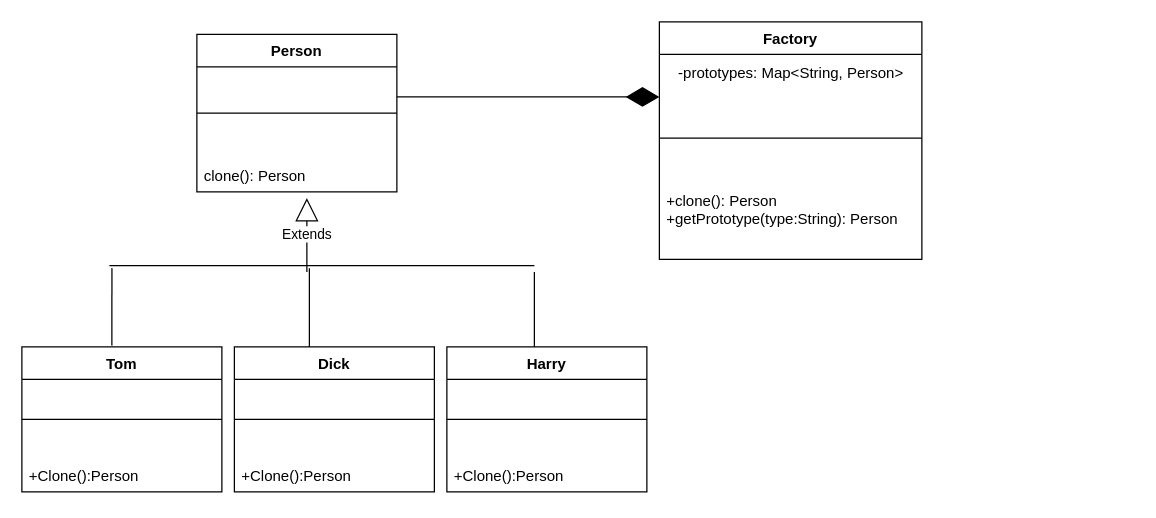
The draw.io diagram prototype.drawio in BelaIsBelaG/PATRON-DE-DISE-O-PROTOTYPE, before the edit. Source tidied: cells renumbered, new cells numbered last; positions are measured from the earlier drawing's top-left corner, leaving out a move shared by most shapes. Both pictures are drawn from the tidied source at 125%, with x=0, y=0 at pixel (21, 21).
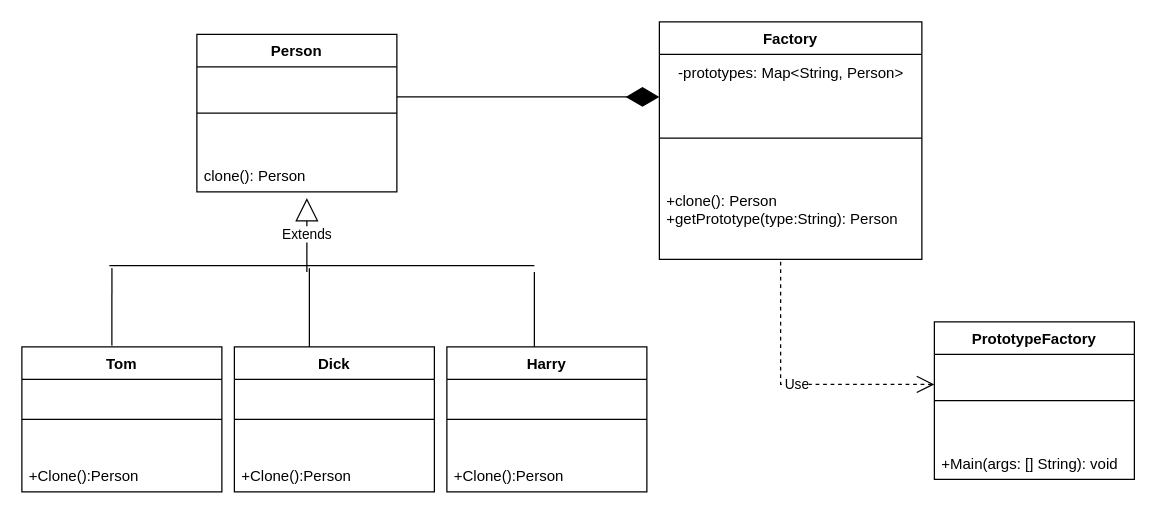
The same page after the edit.

The change refers to these unchanged cells:
```xml
<mxCell id="19" value="+clone(): Person&lt;div&gt;+getPrototype(type:String): Person&lt;/div&gt;" style="text;strokeColor=none;fillColor=none;align=left;verticalAlign=top;spacingLeft=4;spacingRight=4;overflow=hidden;points=[[0,0.5],[1,0.5]];portConstraint=eastwest;whiteSpace=wrap;html=1;" parent="16" vertex="1">
  <mxGeometry y="130" width="210" height="60" as="geometry" />
</mxCell>
```

What changed in the source:
```diff
@@
+    <mxCell id="24" value="PrototypeFactory" style="swimlane;fontStyle=1;align=center;verticalAlign=top;horizontal=1;startSize=26;whiteSpace=wrap;html=1;" parent="1" vertex="1">
+      <mxGeometry x="730" y="240" width="160" height="126" as="geometry" />
+    </mxCell>
+    <mxCell id="25" style="line;strokeWidth=1;fillColor=none;align=left;verticalAlign=middle;spacingTop=-1;spacingLeft=3;spacingRight=3;labelPosition=right;strokeColor=inherit;" parent="24" vertex="1">
+      <mxGeometry y="26" width="160" height="74" as="geometry" />
+    </mxCell>
+    <mxCell id="26" value="+Main(args: [] String): void" style="text;strokeColor=none;fillColor=none;align=left;verticalAlign=top;spacingLeft=4;spacingRight=4;overflow=hidden;whiteSpace=wrap;html=1;" parent="24" vertex="1">
+      <mxGeometry y="100" width="160" height="26" as="geometry" />
+    </mxCell>
+    <mxCell id="27" value="Use" style="endArrow=open;endSize=12;dashed=1;html=1;rounded=0;exitX=0.462;exitY=1.033;exitDx=0;exitDy=0;exitPerimeter=0;" parent="1" edge="1" source="19">
+      <mxGeometry relative="1" as="geometry">
+        <mxPoint x="730" y="290" as="targetPoint" />
+        <Array as="points">
+          <mxPoint x="607" y="290" />
+        </Array>
+      </mxGeometry>
+    </mxCell>
```
